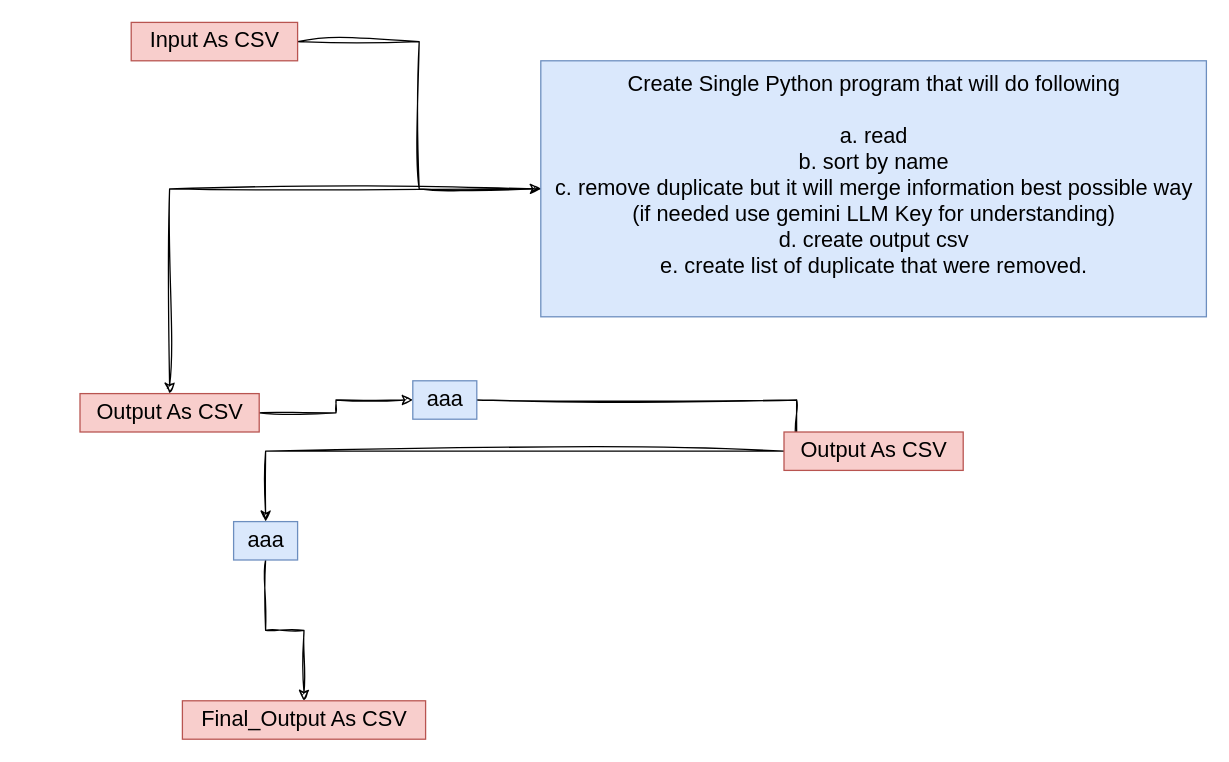
Before: tryPEN-Tool.drawio in anjali52deb/draw-io, a draw.io diagram. Source tidied: cells renumbered, new cells numbered last; positions are measured from the earlier drawing's top-left corner, leaving out a move shared by most shapes. Both pictures are drawn from the tidied source at 128%, with x=0, y=0 at pixel (79, 22).
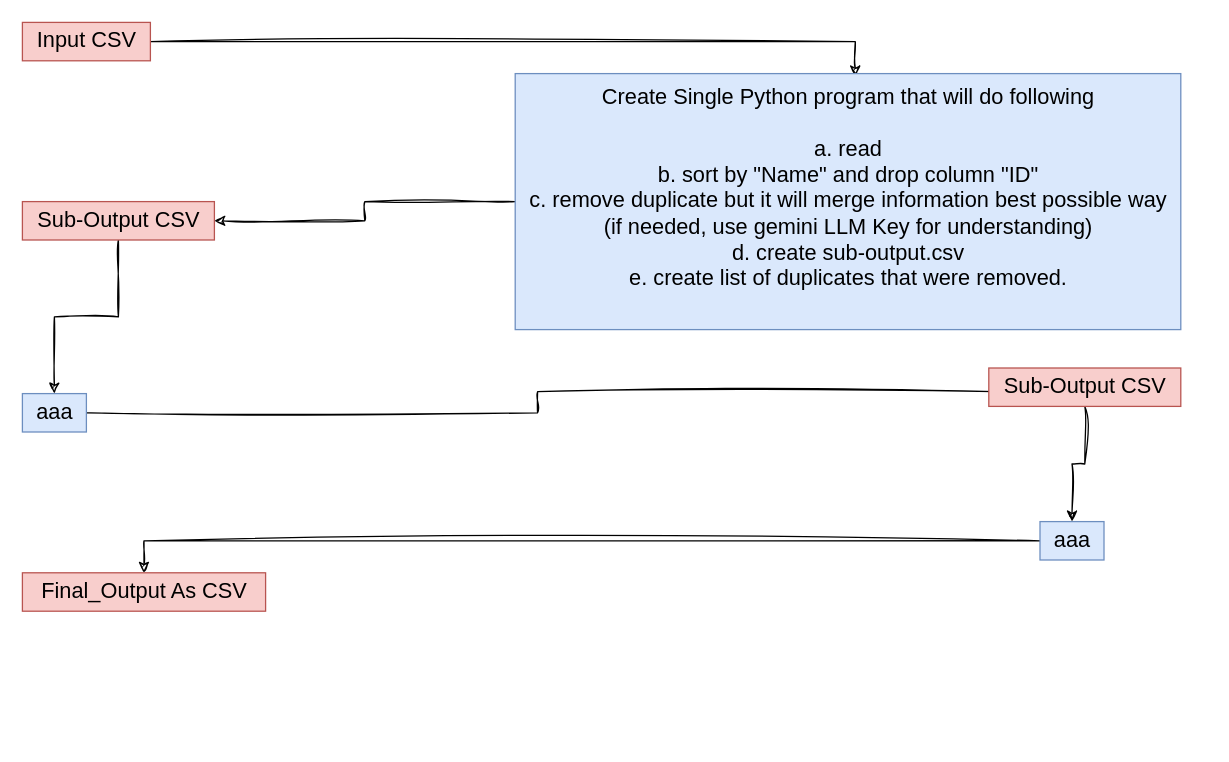
The same page after the edit.

What changed in the source:
```diff
@@
 <mxGraphModel>
   <root>
     <mxCell id="0" />
     <mxCell id="1" parent="0" />
-    <mxCell id="2" style="edgeStyle=orthogonalEdgeStyle;rounded=0;sketch=1;hachureGap=4;jiggle=2;curveFitting=1;jettySize=auto;html=1;fontFamily=Architects Daughter;" parent="1" edge="1" source="3" target="7">
+    <mxCell id="2" style="edgeStyle=orthogonalEdgeStyle;rounded=0;sketch=1;hachureGap=4;jiggle=2;curveFitting=1;jettySize=auto;html=1;fontFamily=Architects Daughter;entryX=0.511;entryY=0.011;entryDx=0;entryDy=0;entryPerimeter=0;" parent="1" edge="1" source="3" target="7">
       <mxGeometry relative="1" as="geometry" />
     </mxCell>
-    <mxCell id="3" value="Input As CSV" style="text;html=1;align=center;verticalAlign=middle;points=[];strokeColor=#b85450;fillColor=#f8cecc;fontFamily=Helvetica;fontSize=17;" parent="1" vertex="1">
-      <mxGeometry x="40" width="130" height="30" as="geometry" />
+    <mxCell id="3" value="Input CSV" style="text;html=1;align=center;verticalAlign=middle;points=[];strokeColor=#b85450;fillColor=#f8cecc;fontFamily=Helvetica;fontSize=17;" parent="1" vertex="1">
+      <mxGeometry x="-45" width="100" height="30" as="geometry" />
     </mxCell>
     <mxCell id="4" style="edgeStyle=orthogonalEdgeStyle;rounded=0;sketch=1;hachureGap=4;jiggle=2;curveFitting=1;jettySize=auto;html=1;fontFamily=Architects Daughter;" parent="1" edge="1" source="5" target="9">
       <mxGeometry relative="1" as="geometry" />
     </mxCell>
-    <mxCell id="5" value="Output As CSV" style="text;html=1;align=center;verticalAlign=middle;points=[];strokeColor=#b85450;fillColor=#f8cecc;fontFamily=Helvetica;fontSize=17;" parent="1" vertex="1">
-      <mxGeometry y="290" width="140" height="30" as="geometry" />
+    <mxCell id="5" value="Sub-Output CSV" style="text;html=1;align=center;verticalAlign=middle;points=[];strokeColor=#b85450;fillColor=#f8cecc;fontFamily=Helvetica;fontSize=17;" parent="1" vertex="1">
+      <mxGeometry x="-45" y="140" width="150" height="30" as="geometry" />
     </mxCell>
     <mxCell id="6" style="edgeStyle=orthogonalEdgeStyle;rounded=0;sketch=1;hachureGap=4;jiggle=2;curveFitting=1;jettySize=auto;html=1;fontFamily=Architects Daughter;" parent="1" edge="1" source="7" target="5">
       <mxGeometry relative="1" as="geometry" />
     </mxCell>
-    <mxCell id="7" value="&lt;div&gt;Create Single Python program that will do following&lt;/div&gt;&lt;div&gt;&lt;br&gt;&lt;/div&gt;&lt;div&gt;a. read&lt;/div&gt;&lt;div&gt;b. sort by name&lt;/div&gt;&lt;div&gt;c. remove duplicate but it will merge information best possible way&lt;/div&gt;&lt;div&gt;(if needed use gemini LLM Key for understanding)&lt;/div&gt;&lt;div&gt;d. create output csv&lt;/div&gt;&lt;div&gt;e. create list of duplicate that were removed.&lt;/div&gt;&lt;div&gt;&lt;br&gt;&lt;/div&gt;" style="text;html=1;align=center;verticalAlign=middle;points=[];strokeColor=#6c8ebf;fillColor=#dae8fc;fontFamily=Helvetica;fontSize=17;" parent="1" vertex="1">
-      <mxGeometry x="360" y="30" width="520" height="200" as="geometry" />
+    <mxCell id="7" value="&lt;div&gt;Create Single Python program that will do following&lt;/div&gt;&lt;div&gt;&lt;br&gt;&lt;/div&gt;&lt;div&gt;a. read&lt;/div&gt;&lt;div&gt;b. sort by &quot;Name&quot; and drop column &quot;ID&quot;&lt;/div&gt;&lt;div&gt;c. remove duplicate but it will merge information best possible way&lt;/div&gt;&lt;div&gt;(if needed, use gemini LLM Key for understanding)&lt;/div&gt;&lt;div&gt;d. create sub-output.csv&lt;/div&gt;&lt;div&gt;e. create list of duplicates that were removed.&lt;/div&gt;&lt;div&gt;&lt;br&gt;&lt;/div&gt;" style="text;html=1;align=center;verticalAlign=middle;points=[];strokeColor=#6c8ebf;fillColor=#dae8fc;fontFamily=Helvetica;fontSize=17;" parent="1" vertex="1">
+      <mxGeometry x="340" y="40" width="520" height="200" as="geometry" />
     </mxCell>
     <mxCell id="8" style="edgeStyle=orthogonalEdgeStyle;rounded=0;sketch=1;hachureGap=4;jiggle=2;curveFitting=1;jettySize=auto;html=1;fontFamily=Architects Daughter;entryX=0.071;entryY=0.617;entryDx=0;entryDy=0;entryPerimeter=0;" parent="1" edge="1" source="9" target="11">
       <mxGeometry relative="1" as="geometry" />
     </mxCell>
     <mxCell id="9" value="aaa" style="text;html=1;align=center;verticalAlign=middle;points=[];strokeColor=#6c8ebf;fillColor=#dae8fc;fontFamily=Helvetica;fontSize=17;" parent="1" vertex="1">
-      <mxGeometry x="260" y="280" width="50" height="30" as="geometry" />
+      <mxGeometry x="-45" y="290" width="50" height="30" as="geometry" />
     </mxCell>
     <mxCell id="10" style="edgeStyle=orthogonalEdgeStyle;rounded=0;sketch=1;hachureGap=4;jiggle=2;curveFitting=1;jettySize=auto;html=1;fontFamily=Architects Daughter;" parent="1" edge="1" source="11" target="13">
       <mxGeometry relative="1" as="geometry" />
     </mxCell>
-    <mxCell id="11" value="Output As CSV" style="text;html=1;align=center;verticalAlign=middle;points=[];strokeColor=#b85450;fillColor=#f8cecc;fontFamily=Helvetica;fontSize=17;" parent="1" vertex="1">
-      <mxGeometry x="550" y="320" width="140" height="30" as="geometry" />
+    <mxCell id="11" value="Sub-Output CSV" style="text;html=1;align=center;verticalAlign=middle;points=[];strokeColor=#b85450;fillColor=#f8cecc;fontFamily=Helvetica;fontSize=17;" parent="1" vertex="1">
+      <mxGeometry x="710" y="270" width="150" height="30" as="geometry" />
     </mxCell>
     <mxCell id="12" style="edgeStyle=orthogonalEdgeStyle;rounded=0;sketch=1;hachureGap=4;jiggle=2;curveFitting=1;jettySize=auto;html=1;fontFamily=Architects Daughter;" parent="1" edge="1" source="13" target="14">
       <mxGeometry relative="1" as="geometry" />
     </mxCell>
     <mxCell id="13" value="aaa" style="text;html=1;align=center;verticalAlign=middle;points=[];strokeColor=#6c8ebf;fillColor=#dae8fc;fontFamily=Helvetica;fontSize=17;" parent="1" vertex="1">
-      <mxGeometry x="120" y="390" width="50" height="30" as="geometry" />
+      <mxGeometry x="750" y="390" width="50" height="30" as="geometry" />
     </mxCell>
     <mxCell id="14" value="Final_Output As CSV" style="text;html=1;align=center;verticalAlign=middle;points=[];strokeColor=#b85450;fillColor=#f8cecc;fontFamily=Helvetica;fontSize=17;" parent="1" vertex="1">
-      <mxGeometry x="80" y="530" width="190" height="30" as="geometry" />
+      <mxGeometry x="-45" y="430" width="190" height="30" as="geometry" />
     </mxCell>
   </root>
 </mxGraphModel>
```
